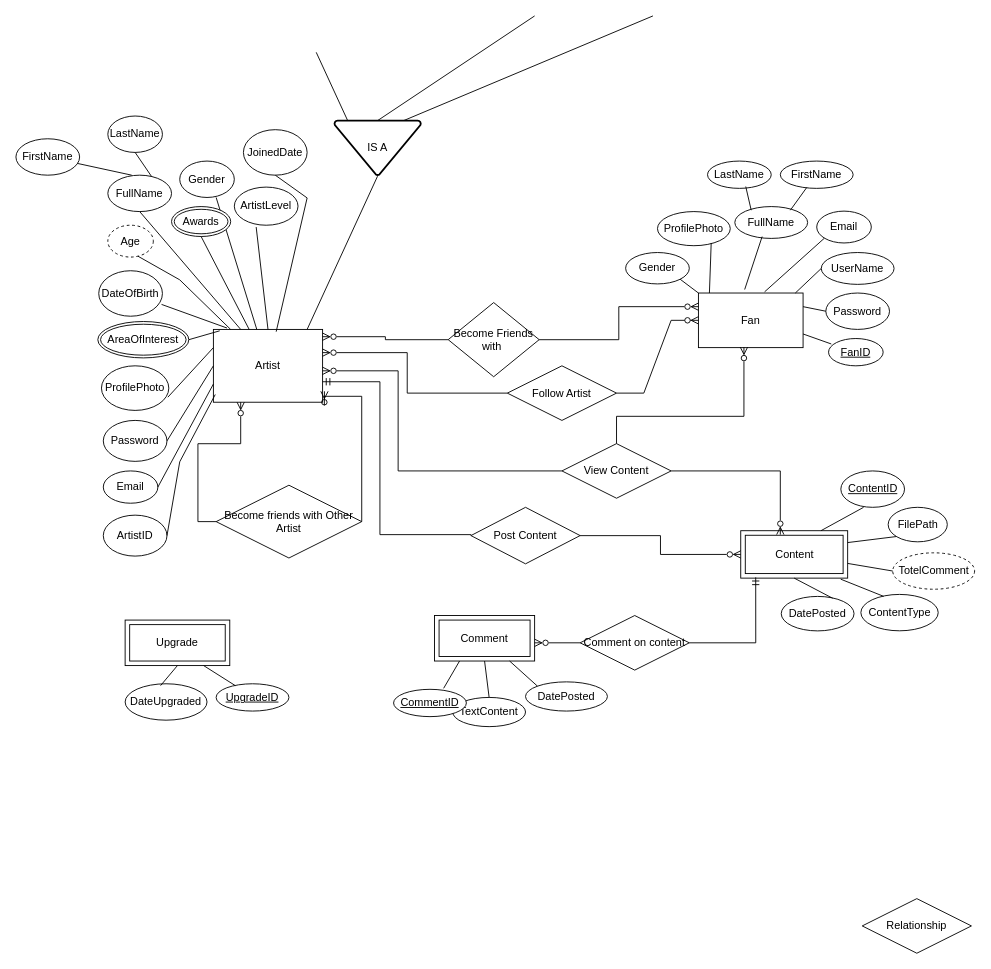
This is Untitled Diagram.drawio from deleshan/puthurep, a draw.io file, before an edit. Source tidied: cells renumbered, new cells numbered last; positions are measured from the earlier drawing's top-left corner, leaving out a move shared by most shapes. Both pictures are drawn from the tidied source at 91%, with x=0, y=0 at pixel (15, 15).
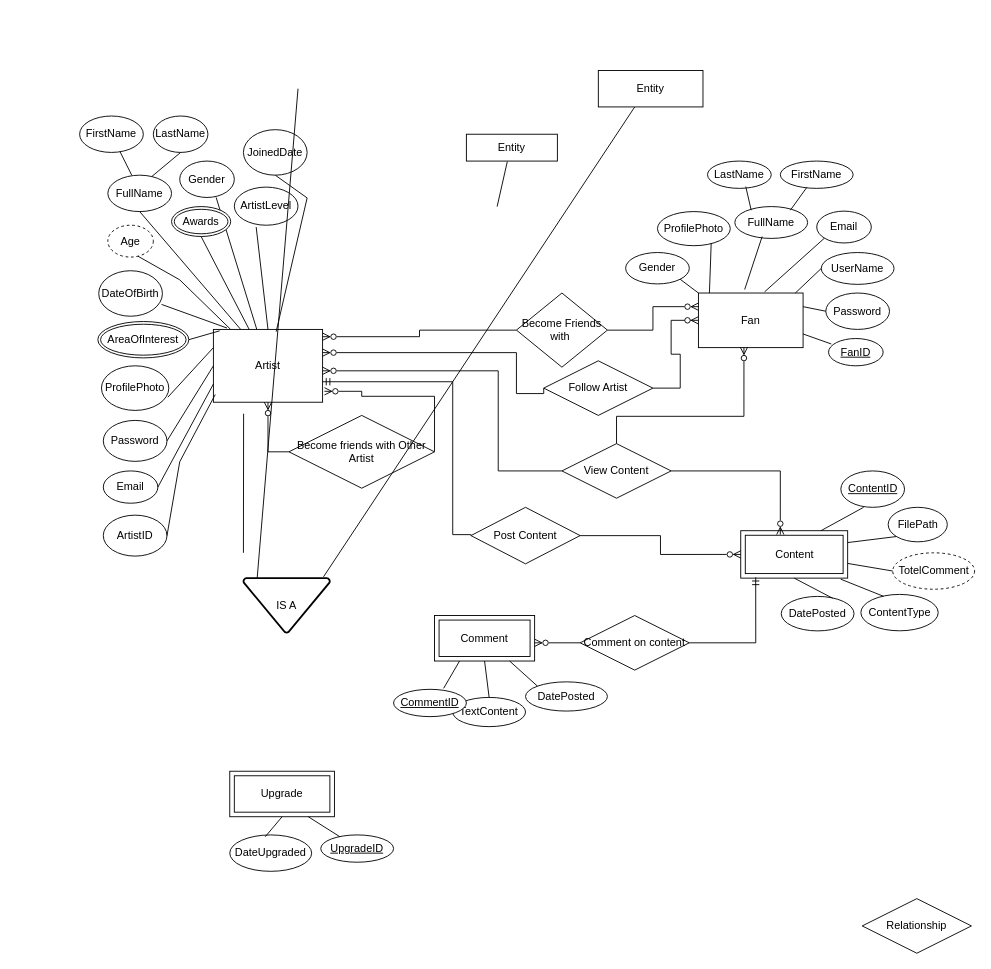
After the change.

The change refers to these unchanged cells:
```xml
<mxCell id="2" value="Artist" style="rounded=0;whiteSpace=wrap;html=1;" parent="1" vertex="1">
  <mxGeometry x="217" y="344.5" width="120" height="80" as="geometry" />
</mxCell>
<mxCell id="76" value="Post Content" style="shape=rhombus;perimeter=rhombusPerimeter;whiteSpace=wrap;html=1;align=center;rotation=0;" parent="1" vertex="1">
  <mxGeometry x="500" y="540" width="120" height="62.1" as="geometry" />
</mxCell>
<mxCell id="79" value="View Content" style="shape=rhombus;perimeter=rhombusPerimeter;whiteSpace=wrap;html=1;align=center;" parent="1" vertex="1">
  <mxGeometry x="600" y="470" width="120" height="60" as="geometry" />
</mxCell>
```

Change to the diagram source:
```diff
@@
     <mxCell id="23" value="FirstName" style="ellipse;whiteSpace=wrap;html=1;" parent="1" vertex="1">
-      <mxGeometry y="135" width="70" height="40" as="geometry" />
+      <mxGeometry x="70" y="110" width="70" height="40" as="geometry" />
     </mxCell>
     <mxCell id="24" value="LastName" style="ellipse;whiteSpace=wrap;html=1;" parent="1" vertex="1">
-      <mxGeometry x="101" y="110" width="60" height="40" as="geometry" />
+      <mxGeometry x="151" y="110" width="60" height="40" as="geometry" />
     </mxCell>
@@
     <mxCell id="69" value="Upgrade" style="shape=ext;margin=3;double=1;whiteSpace=wrap;html=1;align=center;" parent="1" vertex="1">
-      <mxGeometry x="120" y="663.9" width="115" height="50" as="geometry" />
+      <mxGeometry x="235" y="830" width="115" height="50" as="geometry" />
     </mxCell>
     <mxCell id="70" value="UpgradeID" style="ellipse;whiteSpace=wrap;html=1;align=center;fontStyle=4;" parent="1" vertex="1">
-      <mxGeometry x="220" y="733.9" width="80" height="30" as="geometry" />
+      <mxGeometry x="335" y="900" width="80" height="30" as="geometry" />
     </mxCell>
     <mxCell id="71" value="DateUpgraded" style="ellipse;whiteSpace=wrap;html=1;align=center;" parent="1" vertex="1">
-      <mxGeometry x="120" y="733.9" width="90" height="40" as="geometry" />
+      <mxGeometry x="235" y="900" width="90" height="40" as="geometry" />
     </mxCell>
@@
     <mxCell id="74" style="edgeStyle=orthogonalEdgeStyle;rounded=0;jettySize=auto;html=1;exitX=0;exitY=0.5;exitDx=0;exitDy=0;endArrow=ERmandOne;endFill=0;" parent="1" edge="1" source="76" target="2">
       <mxGeometry relative="1" as="geometry">
         <Array as="points">
           <mxPoint x="500" y="570" />
-          <mxPoint x="400" y="570" />
-          <mxPoint x="400" y="402" />
+          <mxPoint x="480" y="570" />
+          <mxPoint x="480" y="402" />
         </Array>
       </mxGeometry>
     </mxCell>
@@
     <mxCell id="78" style="edgeStyle=orthogonalEdgeStyle;rounded=0;jettySize=auto;html=1;endArrow=ERzeroToMany;endFill=0;" parent="1" edge="1" source="79" target="2">
       <mxGeometry relative="1" as="geometry">
         <Array as="points">
-          <mxPoint x="420" y="500" />
-          <mxPoint x="420" y="390" />
+          <mxPoint x="530" y="500" />
+          <mxPoint x="530" y="390" />
         </Array>
       </mxGeometry>
     </mxCell>
@@
     <mxCell id="85" value="Become Friends with&amp;nbsp;" style="shape=rhombus;perimeter=rhombusPerimeter;whiteSpace=wrap;html=1;align=center;" parent="1" vertex="1">
-      <mxGeometry x="475" y="315" width="100" height="81.5" as="geometry" />
+      <mxGeometry x="550" y="304.5" width="100" height="81.5" as="geometry" />
     </mxCell>
@@
-    <mxCell id="87" style="edgeStyle=orthogonalEdgeStyle;rounded=0;jettySize=auto;html=1;exitX=0;exitY=0.5;exitDx=0;exitDy=0;entryX=0.25;entryY=1;entryDx=0;entryDy=0;endArrow=ERzeroToMany;endFill=0;" parent="1" edge="1" source="88" target="2">
-      <mxGeometry relative="1" as="geometry" />
+    <mxCell id="87" style="edgeStyle=orthogonalEdgeStyle;rounded=0;jettySize=auto;html=1;exitX=0;exitY=0.5;exitDx=0;exitDy=0;endArrow=ERzeroToMany;endFill=0;" parent="1" edge="1" source="88" target="2">
+      <mxGeometry relative="1" as="geometry">
+        <Array as="points">
+          <mxPoint x="277" y="479" />
+        </Array>
+      </mxGeometry>
     </mxCell>
     <mxCell id="88" value="Become friends with Other Artist" style="shape=rhombus;perimeter=rhombusPerimeter;whiteSpace=wrap;html=1;align=center;" parent="1" vertex="1">
-      <mxGeometry x="220" y="515.7" width="160" height="80" as="geometry" />
+      <mxGeometry x="300" y="439" width="160" height="80" as="geometry" />
     </mxCell>
     <mxCell id="89" value="Follow Artist" style="shape=rhombus;perimeter=rhombusPerimeter;whiteSpace=wrap;html=1;align=center;" parent="1" vertex="1">
-      <mxGeometry x="540" y="384.5" width="120" height="60" as="geometry" />
+      <mxGeometry x="580" y="379" width="120" height="60" as="geometry" />
     </mxCell>
@@
     <mxCell id="91" style="edgeStyle=orthogonalEdgeStyle;rounded=0;jettySize=auto;html=1;endArrow=ERzeroToMany;endFill=0;exitX=0;exitY=0.5;exitDx=0;exitDy=0;" parent="1" edge="1" source="89" target="2">
       <mxGeometry relative="1" as="geometry">
         <Array as="points">
-          <mxPoint x="430" y="415" />
-          <mxPoint x="430" y="370" />
+          <mxPoint x="580" y="415" />
+          <mxPoint x="550" y="415" />
+          <mxPoint x="550" y="370" />
         </Array>
       </mxGeometry>
     </mxCell>
@@
-    <mxCell id="94" style="endArrow=none;html=1;rounded=0;entryX=0.017;entryY=1;entryDx=0;entryDy=0;entryPerimeter=0;" parent="1" edge="1">
+    <mxCell id="94" style="endArrow=none;html=1;rounded=0;entryX=0.5;entryY=1;entryDx=0;entryDy=0;entryPerimeter=0;" parent="1" edge="1">
       <mxGeometry relative="1" as="geometry">
-        <mxPoint x="320" y="344.5" as="sourcePoint" />
-        <mxPoint x="397.4" y="176.1" as="targetPoint" />
+        <mxPoint x="250" y="590" as="sourcePoint" />
+        <mxPoint x="250.2" y="437.1" as="targetPoint" />
       </mxGeometry>
     </mxCell>
-    <mxCell id="95" style="endArrow=none;html=1;rounded=0;exitX=0.5;exitY=0;exitDx=0;exitDy=0;exitPerimeter=0;" parent="1" edge="1" source="98">
+    <mxCell id="95" style="endArrow=none;html=1;rounded=0;exitX=0.5;exitY=0;exitDx=0;exitDy=0;exitPerimeter=0;" parent="1" edge="1">
       <mxGeometry relative="1" as="geometry">
-        <mxPoint x="570" as="targetPoint" />
+        <mxPoint x="528.8" y="209.5" as="sourcePoint" />
+        <mxPoint x="540" y="160" as="targetPoint" />
       </mxGeometry>
     </mxCell>
     <mxCell id="96" style="endArrow=none;html=1;rounded=0;exitX=0.158;exitY=0.017;exitDx=0;exitDy=0;exitPerimeter=0;" parent="1" edge="1" source="98">
       <mxGeometry relative="1" as="geometry">
-        <mxPoint x="330" y="40" as="targetPoint" />
+        <mxPoint x="310" y="80" as="targetPoint" />
       </mxGeometry>
     </mxCell>
-    <mxCell id="97" style="endArrow=none;html=1;rounded=0;exitX=0.616;exitY=0.368;exitDx=0;exitDy=0;exitPerimeter=0;" parent="1" edge="1">
+    <mxCell id="97" style="endArrow=none;html=1;rounded=0;exitX=0.926;exitY=-0.025;exitDx=0;exitDy=0;exitPerimeter=0;" parent="1" edge="1" source="98">
       <mxGeometry relative="1" as="geometry">
-        <mxPoint x="419" y="118" as="sourcePoint" />
-        <mxPoint x="700" as="targetPoint" />
+        <mxPoint x="680" y="100" as="targetPoint" />
       </mxGeometry>
     </mxCell>
     <mxCell id="98" value="IS A" style="strokeWidth=2;html=1;shape=mxgraph.flowchart.merge_or_storage;whiteSpace=wrap;" parent="1" vertex="1">
-      <mxGeometry x="350" y="115" width="95" height="60" as="geometry" />
+      <mxGeometry x="250" y="617.9" width="95" height="60" as="geometry" />
     </mxCell>
+    <mxCell id="99" value="Entity" style="whiteSpace=wrap;html=1;align=center;" parent="1" vertex="1">
+      <mxGeometry x="640" y="60" width="115" height="40" as="geometry" />
+    </mxCell>
+    <mxCell id="100" value="Entity" style="whiteSpace=wrap;html=1;align=center;" parent="1" vertex="1">
+      <mxGeometry x="495" y="130" width="100" height="29.5" as="geometry" />
+    </mxCell>
```
